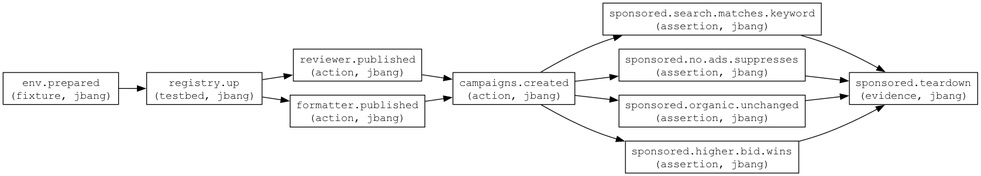
Before: test_graph/docs/sponsored.png, a diagram exported from Graphviz (haydenrear/skill-manager). Its source is kept beside it as test_graph/docs/sponsored.dot. Its diagram source:
```dot
digraph "sponsored" {
  rankdir=LR;
  node [shape=box,fontname="Courier"];
  "env.prepared" [label="env.prepared\n(fixture, jbang)"];
  "registry.up" [label="registry.up\n(testbed, jbang)"];
  "reviewer.published" [label="reviewer.published\n(action, jbang)"];
  "formatter.published" [label="formatter.published\n(action, jbang)"];
  "campaigns.created" [label="campaigns.created\n(action, jbang)"];
  "sponsored.search.matches.keyword" [label="sponsored.search.matches.keyword\n(assertion, jbang)"];
  "sponsored.no.ads.suppresses" [label="sponsored.no.ads.suppresses\n(assertion, jbang)"];
  "sponsored.organic.unchanged" [label="sponsored.organic.unchanged\n(assertion, jbang)"];
  "sponsored.higher.bid.wins" [label="sponsored.higher.bid.wins\n(assertion, jbang)"];
  "sponsored.teardown" [label="sponsored.teardown\n(evidence, jbang)"];
  "env.prepared" -> "registry.up";
  "registry.up" -> "reviewer.published";
  "registry.up" -> "formatter.published";
  "reviewer.published" -> "campaigns.created";
  "formatter.published" -> "campaigns.created";
  "campaigns.created" -> "sponsored.search.matches.keyword";
  "campaigns.created" -> "sponsored.no.ads.suppresses";
  "campaigns.created" -> "sponsored.organic.unchanged";
  "campaigns.created" -> "sponsored.higher.bid.wins";
  "sponsored.search.matches.keyword" -> "sponsored.teardown";
  "sponsored.no.ads.suppresses" -> "sponsored.teardown";
  "sponsored.organic.unchanged" -> "sponsored.teardown";
  "sponsored.higher.bid.wins" -> "sponsored.teardown";
}
```
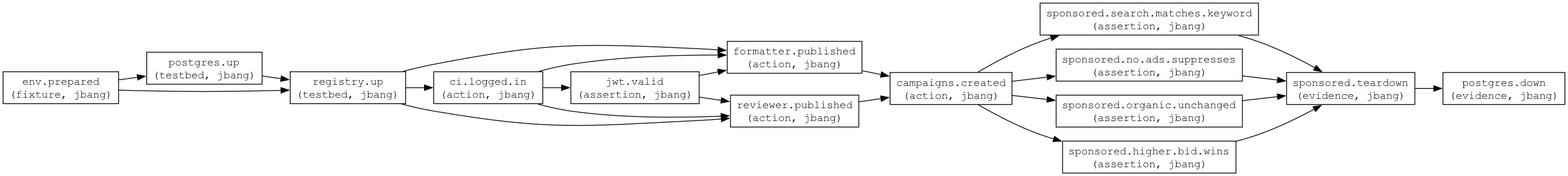
Later version of the same file.

What changed in the source:
```diff
@@ -2,7 +2,10 @@
   rankdir=LR;
   node [shape=box,fontname="Courier"];
   "env.prepared" [label="env.prepared\n(fixture, jbang)"];
+  "postgres.up" [label="postgres.up\n(testbed, jbang)"];
   "registry.up" [label="registry.up\n(testbed, jbang)"];
+  "ci.logged.in" [label="ci.logged.in\n(action, jbang)"];
+  "jwt.valid" [label="jwt.valid\n(assertion, jbang)"];
   "reviewer.published" [label="reviewer.published\n(action, jbang)"];
   "formatter.published" [label="formatter.published\n(action, jbang)"];
   "campaigns.created" [label="campaigns.created\n(action, jbang)"];
@@ -11,9 +14,18 @@
   "sponsored.organic.unchanged" [label="sponsored.organic.unchanged\n(assertion, jbang)"];
   "sponsored.higher.bid.wins" [label="sponsored.higher.bid.wins\n(assertion, jbang)"];
   "sponsored.teardown" [label="sponsored.teardown\n(evidence, jbang)"];
+  "postgres.down" [label="postgres.down\n(evidence, jbang)"];
+  "env.prepared" -> "postgres.up";
   "env.prepared" -> "registry.up";
+  "postgres.up" -> "registry.up";
+  "registry.up" -> "ci.logged.in";
+  "ci.logged.in" -> "jwt.valid";
   "registry.up" -> "reviewer.published";
+  "ci.logged.in" -> "reviewer.published";
+  "jwt.valid" -> "reviewer.published";
   "registry.up" -> "formatter.published";
+  "ci.logged.in" -> "formatter.published";
+  "jwt.valid" -> "formatter.published";
   "reviewer.published" -> "campaigns.created";
   "formatter.published" -> "campaigns.created";
   "campaigns.created" -> "sponsored.search.matches.keyword";
@@ -24,4 +36,5 @@
   "sponsored.no.ads.suppresses" -> "sponsored.teardown";
   "sponsored.organic.unchanged" -> "sponsored.teardown";
   "sponsored.higher.bid.wins" -> "sponsored.teardown";
+  "sponsored.teardown" -> "postgres.down";
 }
```
